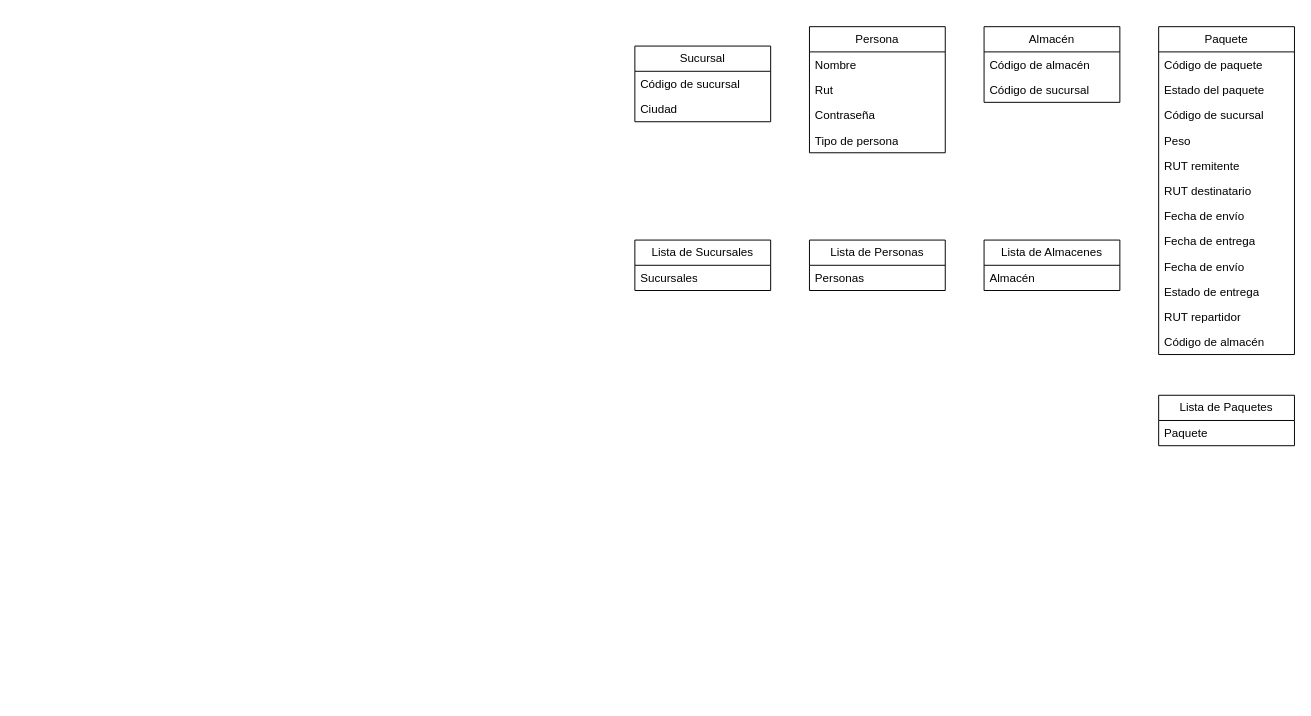
This is Modelo dominio.drawio from Charmandiox9/Taller-2-POO-2023, a draw.io file, before an edit. Source tidied: cells renumbered, new cells numbered last; positions are measured from the earlier drawing's top-left corner, leaving out a move shared by most shapes. Both pictures are drawn from the tidied source at 97%, with x=0, y=0 at pixel (634, 26).
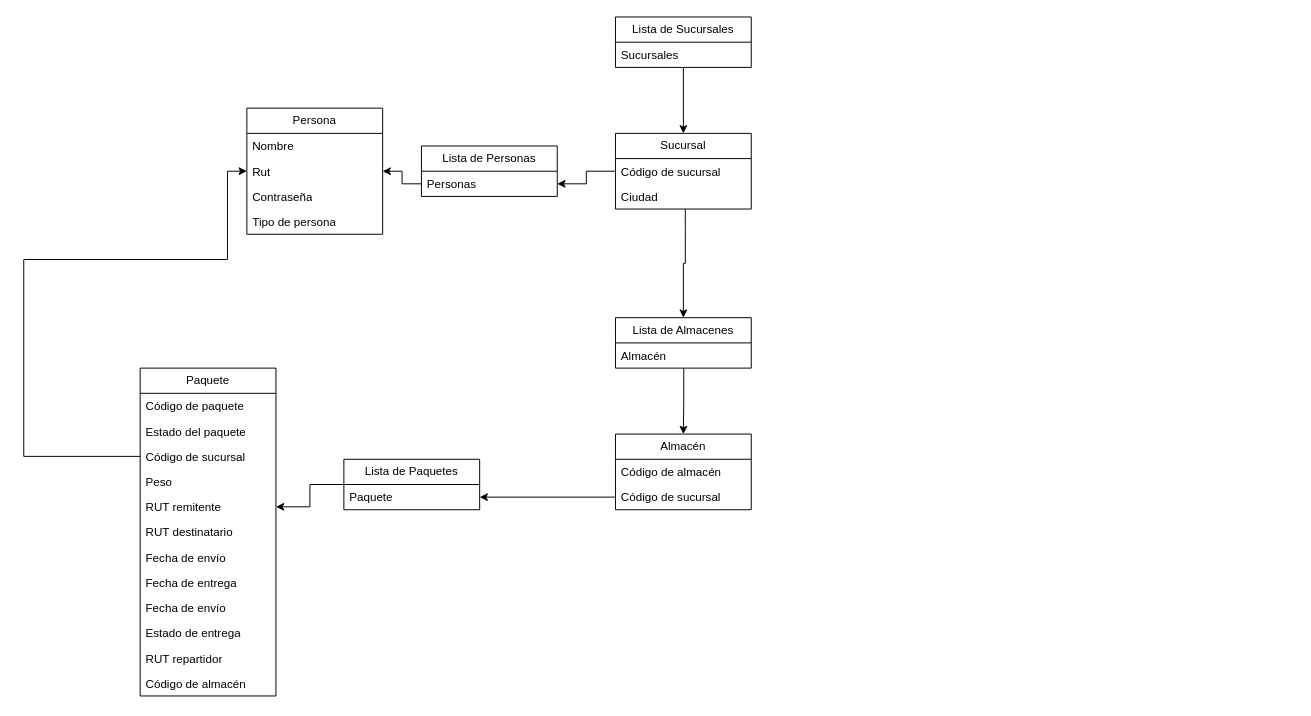
After the change.

Unchanged cells that the change refers to:
```xml
<mxCell id="3" value="Código de sucursal" style="text;strokeColor=none;fillColor=none;align=left;verticalAlign=top;spacingLeft=4;spacingRight=4;overflow=hidden;points=[[0,0.5],[1,0.5]];portConstraint=eastwest;whiteSpace=wrap;html=1;" parent="2" vertex="1">
  <mxGeometry y="26" width="140" height="26" as="geometry" />
</mxCell>
<mxCell id="4" value="Ciudad" style="text;strokeColor=none;fillColor=none;align=left;verticalAlign=top;spacingLeft=4;spacingRight=4;overflow=hidden;points=[[0,0.5],[1,0.5]];portConstraint=eastwest;whiteSpace=wrap;html=1;" parent="2" vertex="1">
  <mxGeometry y="52" width="140" height="26" as="geometry" />
</mxCell>
<mxCell id="7" value="Rut" style="text;strokeColor=none;fillColor=none;align=left;verticalAlign=top;spacingLeft=4;spacingRight=4;overflow=hidden;points=[[0,0.5],[1,0.5]];portConstraint=eastwest;whiteSpace=wrap;html=1;" parent="5" vertex="1">
  <mxGeometry y="52" width="140" height="26" as="geometry" />
</mxCell>
<mxCell id="12" value="Código de sucursal" style="text;strokeColor=none;fillColor=none;align=left;verticalAlign=top;spacingLeft=4;spacingRight=4;overflow=hidden;points=[[0,0.5],[1,0.5]];portConstraint=eastwest;whiteSpace=wrap;html=1;" parent="10" vertex="1">
  <mxGeometry y="52" width="140" height="26" as="geometry" />
</mxCell>
<mxCell id="16" value="Código de sucursal" style="text;strokeColor=none;fillColor=none;align=left;verticalAlign=top;spacingLeft=4;spacingRight=4;overflow=hidden;points=[[0,0.5],[1,0.5]];portConstraint=eastwest;whiteSpace=wrap;html=1;" parent="13" vertex="1">
  <mxGeometry y="78" width="140" height="26" as="geometry" />
</mxCell>
<mxCell id="18" value="RUT remitente" style="text;strokeColor=none;fillColor=none;align=left;verticalAlign=top;spacingLeft=4;spacingRight=4;overflow=hidden;points=[[0,0.5],[1,0.5]];portConstraint=eastwest;whiteSpace=wrap;html=1;" parent="13" vertex="1">
  <mxGeometry y="130" width="140" height="26" as="geometry" />
</mxCell>
<mxCell id="29" value="Personas" style="text;strokeColor=none;fillColor=none;align=left;verticalAlign=top;spacingLeft=4;spacingRight=4;overflow=hidden;points=[[0,0.5],[1,0.5]];portConstraint=eastwest;whiteSpace=wrap;html=1;" parent="28" vertex="1">
  <mxGeometry y="26" width="140" height="26" as="geometry" />
</mxCell>
<mxCell id="31" value="Almacén" style="text;strokeColor=none;fillColor=none;align=left;verticalAlign=top;spacingLeft=4;spacingRight=4;overflow=hidden;points=[[0,0.5],[1,0.5]];portConstraint=eastwest;whiteSpace=wrap;html=1;" parent="30" vertex="1">
  <mxGeometry y="26" width="140" height="26" as="geometry" />
</mxCell>
<mxCell id="33" value="Paquete" style="text;strokeColor=none;fillColor=none;align=left;verticalAlign=top;spacingLeft=4;spacingRight=4;overflow=hidden;points=[[0,0.5],[1,0.5]];portConstraint=eastwest;whiteSpace=wrap;html=1;" parent="32" vertex="1">
  <mxGeometry y="26" width="140" height="26" as="geometry" />
</mxCell>
```

The edit, as a diff of the source:
```diff
@@
     <mxCell id="2" value="Sucursal" style="swimlane;fontStyle=0;horizontal=1;startSize=26;fillColor=none;whiteSpace=wrap;html=1;" parent="1" vertex="1">
-      <mxGeometry y="20" width="140" height="78" as="geometry" />
+      <mxGeometry x="-20" y="110" width="140" height="78" as="geometry" />
     </mxCell>
@@
     <mxCell id="5" value="Persona" style="swimlane;fontStyle=0;horizontal=1;startSize=26;fillColor=none;whiteSpace=wrap;html=1;" parent="1" vertex="1">
-      <mxGeometry x="180" width="140" height="130" as="geometry" />
+      <mxGeometry x="-400" y="84" width="140" height="130" as="geometry" />
     </mxCell>
@@
     <mxCell id="10" value="Almacén" style="swimlane;fontStyle=0;horizontal=1;startSize=26;fillColor=none;whiteSpace=wrap;html=1;" parent="1" vertex="1">
-      <mxGeometry x="360" width="140" height="78" as="geometry" />
+      <mxGeometry x="-20" y="420" width="140" height="78" as="geometry" />
     </mxCell>
@@
     <mxCell id="13" value="Paquete" style="swimlane;fontStyle=0;horizontal=1;startSize=26;fillColor=none;whiteSpace=wrap;html=1;" parent="1" vertex="1">
-      <mxGeometry x="540" width="140" height="338" as="geometry" />
+      <mxGeometry x="-510" y="352" width="140" height="338" as="geometry" />
     </mxCell>
@@
+    <mxCell id="34" style="edgeStyle=orthogonalEdgeStyle;rounded=0;jettySize=auto;html=1;entryX=0.5;entryY=0;entryDx=0;entryDy=0;" parent="1" edge="1" source="26" target="2">
+      <mxGeometry relative="1" as="geometry" />
+    </mxCell>
     <mxCell id="26" value="Lista de Sucursales" style="swimlane;fontStyle=0;horizontal=1;startSize=26;fillColor=none;whiteSpace=wrap;html=1;" parent="1" vertex="1">
-      <mxGeometry y="220" width="140" height="52" as="geometry" />
+      <mxGeometry x="-20" y="-10" width="140" height="52" as="geometry" />
     </mxCell>
@@
     <mxCell id="28" value="Lista de Personas" style="swimlane;fontStyle=0;horizontal=1;startSize=26;fillColor=none;whiteSpace=wrap;html=1;" parent="1" vertex="1">
-      <mxGeometry x="180" y="220" width="140" height="52" as="geometry" />
+      <mxGeometry x="-220" y="123" width="140" height="52" as="geometry" />
     </mxCell>
@@
     <mxCell id="30" value="Lista de Almacenes" style="swimlane;fontStyle=0;horizontal=1;startSize=26;fillColor=none;whiteSpace=wrap;html=1;" parent="1" vertex="1">
-      <mxGeometry x="360" y="220" width="140" height="52" as="geometry" />
+      <mxGeometry x="-20" y="300" width="140" height="52" as="geometry" />
     </mxCell>
@@
+    <mxCell id="35" style="edgeStyle=orthogonalEdgeStyle;rounded=0;jettySize=auto;html=1;entryX=1;entryY=0.5;entryDx=0;entryDy=0;" parent="1" edge="1" source="32" target="18">
+      <mxGeometry relative="1" as="geometry" />
+    </mxCell>
     <mxCell id="32" value="Lista de Paquetes" style="swimlane;fontStyle=0;horizontal=1;startSize=26;fillColor=none;whiteSpace=wrap;html=1;" parent="1" vertex="1">
-      <mxGeometry x="540" y="380" width="140" height="52" as="geometry" />
+      <mxGeometry x="-300" y="446" width="140" height="52" as="geometry" />
     </mxCell>
@@
+    <mxCell id="36" style="edgeStyle=orthogonalEdgeStyle;rounded=0;jettySize=auto;html=1;entryX=0.5;entryY=0;entryDx=0;entryDy=0;exitX=0.514;exitY=1;exitDx=0;exitDy=0;exitPerimeter=0;" parent="1" edge="1" source="4" target="30">
+      <mxGeometry relative="1" as="geometry" />
+    </mxCell>
+    <mxCell id="37" style="edgeStyle=orthogonalEdgeStyle;rounded=0;jettySize=auto;html=1;entryX=0.5;entryY=0;entryDx=0;entryDy=0;exitX=0.503;exitY=1.013;exitDx=0;exitDy=0;exitPerimeter=0;" parent="1" edge="1" source="31" target="10">
+      <mxGeometry relative="1" as="geometry" />
+    </mxCell>
+    <mxCell id="38" style="edgeStyle=orthogonalEdgeStyle;rounded=0;jettySize=auto;html=1;entryX=1;entryY=0.5;entryDx=0;entryDy=0;" parent="1" edge="1" source="12" target="33">
+      <mxGeometry relative="1" as="geometry" />
+    </mxCell>
+    <mxCell id="39" style="edgeStyle=orthogonalEdgeStyle;rounded=0;jettySize=auto;html=1;entryX=1;entryY=0.5;entryDx=0;entryDy=0;" parent="1" edge="1" source="3" target="29">
+      <mxGeometry relative="1" as="geometry" />
+    </mxCell>
+    <mxCell id="40" style="edgeStyle=orthogonalEdgeStyle;rounded=0;jettySize=auto;html=1;entryX=1;entryY=0.5;entryDx=0;entryDy=0;" parent="1" edge="1" source="29" target="7">
+      <mxGeometry relative="1" as="geometry" />
+    </mxCell>
+    <mxCell id="41" style="edgeStyle=orthogonalEdgeStyle;rounded=0;jettySize=auto;html=1;entryX=0;entryY=0.5;entryDx=0;entryDy=0;" parent="1" edge="1" source="16" target="7">
+      <mxGeometry relative="1" as="geometry">
+        <Array as="points">
+          <mxPoint x="-630" y="443" />
+          <mxPoint x="-630" y="240" />
+          <mxPoint x="-420" y="240" />
+          <mxPoint x="-420" y="149" />
+        </Array>
+      </mxGeometry>
+    </mxCell>
```
